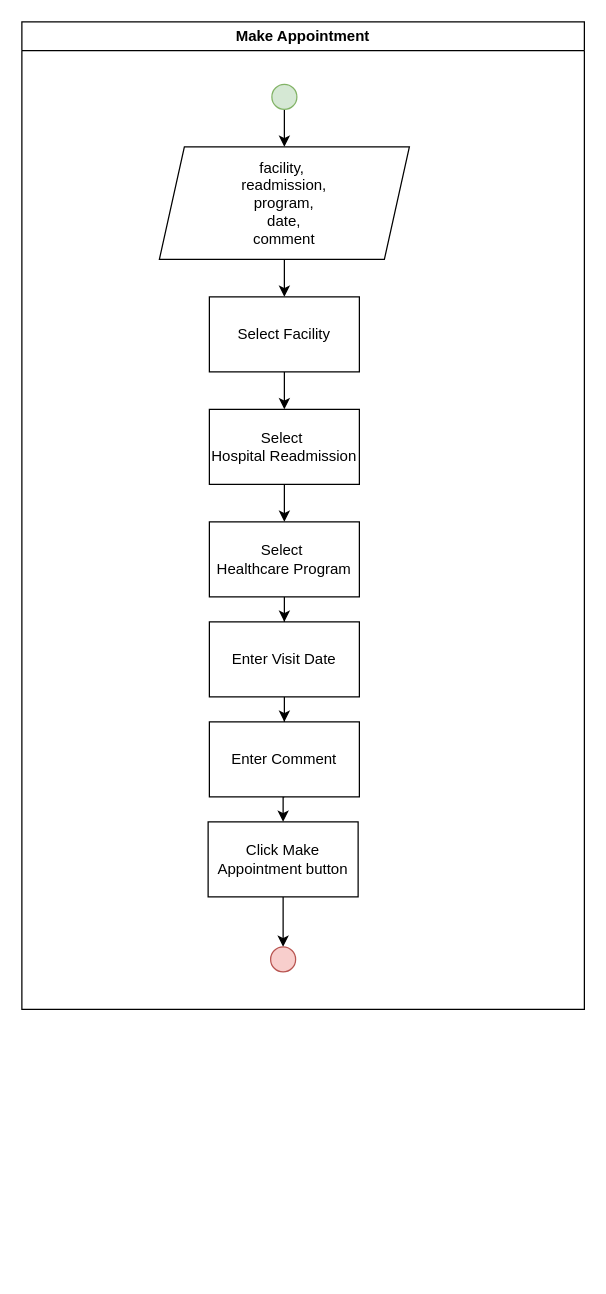
The draw.io diagram page "Make Appointment" (3 of 10) of Docs/TestMakeAppointmentPage.drawio in MinhNguyen3/RobotFrameworkTraining, before the edit. Source tidied: cells renumbered, new cells numbered last; positions are measured from the earlier drawing's top-left corner, leaving out a move shared by most shapes. Both pictures are drawn from the tidied source at 125%, with x=0, y=0 at pixel (21, 21).
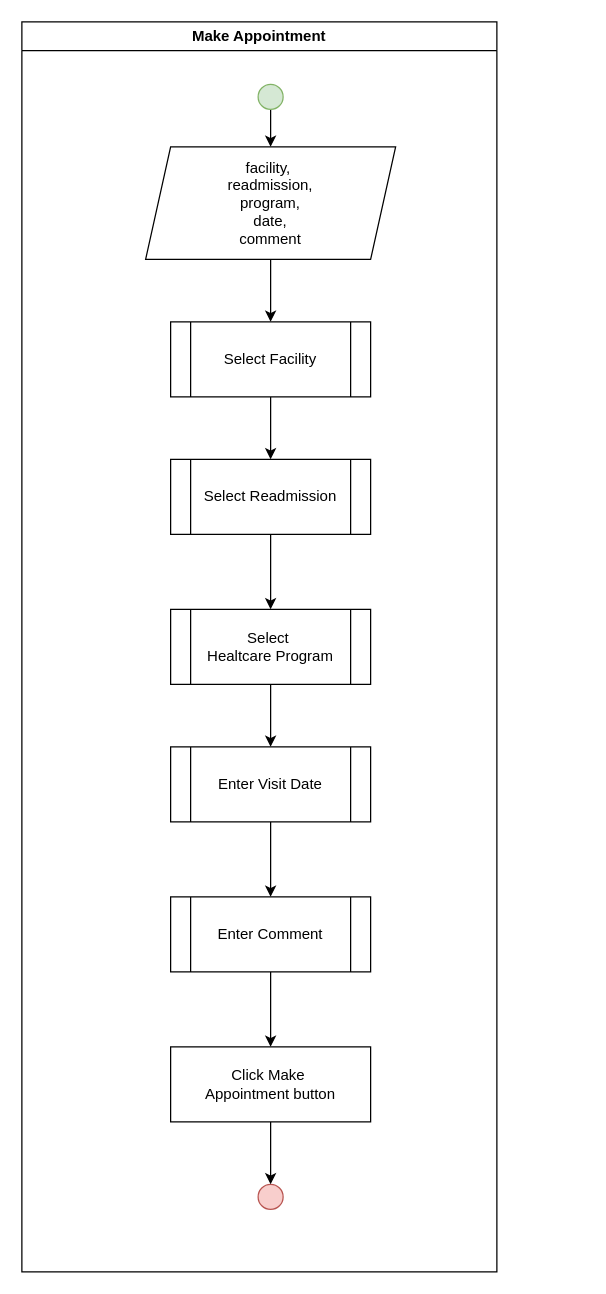
The same page after the edit.

Commit message (it also covers changes not shown here):
Rewrite Select Facility, Select Healthcare Program Redraw flowchart

Diff of the diagram source:
```diff
@@
 <mxGraphModel>
   <root>
     <mxCell id="0" />
     <mxCell id="1" parent="0" />
     <mxCell id="2" value="Make Appointment" style="swimlane;whiteSpace=wrap;html=1;" parent="1" vertex="1">
-      <mxGeometry width="450" height="790" as="geometry" />
+      <mxGeometry width="380" height="1000" as="geometry" />
     </mxCell>
     <mxCell id="3" style="edgeStyle=orthogonalEdgeStyle;rounded=0;jettySize=auto;html=1;" parent="2" edge="1" source="4" target="6">
       <mxGeometry relative="1" as="geometry" />
     </mxCell>
     <mxCell id="4" style="ellipse;whiteSpace=wrap;html=1;fillColor=#d5e8d4;strokeColor=#82b366;" parent="2" vertex="1">
-      <mxGeometry x="200" y="50" width="20" height="20" as="geometry" />
+      <mxGeometry x="189" y="50" width="20" height="20" as="geometry" />
     </mxCell>
     <mxCell id="5" style="edgeStyle=orthogonalEdgeStyle;rounded=0;jettySize=auto;html=1;" parent="2" edge="1" source="6" target="8">
       <mxGeometry relative="1" as="geometry" />
     </mxCell>
     <mxCell id="6" value="facility,&amp;nbsp;&lt;div&gt;readmission,&lt;div&gt;program,&lt;/div&gt;&lt;div&gt;date,&lt;/div&gt;&lt;div&gt;comment&lt;/div&gt;&lt;/div&gt;" style="shape=parallelogram;perimeter=parallelogramPerimeter;whiteSpace=wrap;html=1;fixedSize=1;" parent="2" vertex="1">
-      <mxGeometry x="110" y="100" width="200" height="90" as="geometry" />
+      <mxGeometry x="99" y="100" width="200" height="90" as="geometry" />
     </mxCell>
-    <mxCell id="7" style="edgeStyle=orthogonalEdgeStyle;rounded=0;jettySize=auto;html=1;" parent="2" edge="1" source="8" target="10">
-      <mxGeometry relative="1" as="geometry" />
-    </mxCell>
+    <mxCell id="19" style="ellipse;whiteSpace=wrap;html=1;fillColor=#f8cecc;strokeColor=#b85450;" parent="2" vertex="1">
+      <mxGeometry x="189" y="930" width="20" height="20" as="geometry" />
+    </mxCell>
+    <mxCell id="20" style="edgeStyle=orthogonalEdgeStyle;rounded=0;jettySize=auto;html=1;" parent="2" edge="1" source="8" target="22">
+      <mxGeometry relative="1" as="geometry" />
+    </mxCell>
-    <mxCell id="8" value="Select Facility" style="whiteSpace=wrap;html=1;" parent="2" vertex="1">
-      <mxGeometry x="150" y="220" width="120" height="60" as="geometry" />
+    <mxCell id="8" value="Select Facility" style="shape=process;whiteSpace=wrap;html=1;backgroundOutline=1;" parent="2" vertex="1">
+      <mxGeometry x="119" y="240" width="160" height="60" as="geometry" />
     </mxCell>
-    <mxCell id="9" style="edgeStyle=orthogonalEdgeStyle;rounded=0;jettySize=auto;html=1;" parent="2" edge="1" source="10" target="12">
-      <mxGeometry relative="1" as="geometry" />
-    </mxCell>
-    <mxCell id="10" value="Select&amp;nbsp;&lt;div&gt;Hospital Readmission&lt;/div&gt;" style="whiteSpace=wrap;html=1;" parent="2" vertex="1">
-      <mxGeometry x="150" y="310" width="120" height="60" as="geometry" />
-    </mxCell>
-    <mxCell id="11" style="edgeStyle=orthogonalEdgeStyle;rounded=0;jettySize=auto;html=1;" parent="2" edge="1" source="12" target="14">
-      <mxGeometry relative="1" as="geometry" />
-    </mxCell>
-    <mxCell id="12" value="Select&amp;nbsp;&lt;div&gt;Healthcare Program&lt;/div&gt;" style="whiteSpace=wrap;html=1;" parent="2" vertex="1">
-      <mxGeometry x="150" y="400" width="120" height="60" as="geometry" />
-    </mxCell>
+    <mxCell id="21" style="edgeStyle=orthogonalEdgeStyle;rounded=0;jettySize=auto;html=1;" parent="2" edge="1" source="22" target="24">
+      <mxGeometry relative="1" as="geometry" />
+    </mxCell>
+    <mxCell id="22" value="Select Readmission" style="shape=process;whiteSpace=wrap;html=1;backgroundOutline=1;" parent="2" vertex="1">
+      <mxGeometry x="119" y="350" width="160" height="60" as="geometry" />
+    </mxCell>
+    <mxCell id="23" style="edgeStyle=orthogonalEdgeStyle;rounded=0;jettySize=auto;html=1;" parent="2" edge="1" source="24" target="14">
+      <mxGeometry relative="1" as="geometry" />
+    </mxCell>
+    <mxCell id="24" value="Select&amp;nbsp;&lt;div&gt;Healtcare Program&lt;/div&gt;" style="shape=process;whiteSpace=wrap;html=1;backgroundOutline=1;" parent="2" vertex="1">
+      <mxGeometry x="119" y="470" width="160" height="60" as="geometry" />
+    </mxCell>
     <mxCell id="13" style="edgeStyle=orthogonalEdgeStyle;rounded=0;jettySize=auto;html=1;" parent="2" edge="1" source="14" target="16">
       <mxGeometry relative="1" as="geometry" />
     </mxCell>
-    <mxCell id="14" value="Enter Visit Date" style="whiteSpace=wrap;html=1;" parent="2" vertex="1">
-      <mxGeometry x="150" y="480" width="120" height="60" as="geometry" />
+    <mxCell id="14" value="Enter Visit Date" style="shape=process;whiteSpace=wrap;html=1;backgroundOutline=1;" parent="2" vertex="1">
+      <mxGeometry x="119" y="580" width="160" height="60" as="geometry" />
     </mxCell>
-    <mxCell id="15" style="edgeStyle=orthogonalEdgeStyle;rounded=0;jettySize=auto;html=1;exitX=0.5;exitY=1;exitDx=0;exitDy=0;entryX=0.5;entryY=0;entryDx=0;entryDy=0;" parent="2" edge="1" source="16" target="18">
+    <mxCell id="15" style="edgeStyle=orthogonalEdgeStyle;rounded=0;jettySize=auto;html=1;" parent="2" edge="1" source="16" target="18">
       <mxGeometry relative="1" as="geometry" />
     </mxCell>
-    <mxCell id="16" value="Enter Comment" style="whiteSpace=wrap;html=1;" parent="2" vertex="1">
-      <mxGeometry x="150" y="560" width="120" height="60" as="geometry" />
+    <mxCell id="16" value="Enter Comment" style="shape=process;whiteSpace=wrap;html=1;backgroundOutline=1;" parent="2" vertex="1">
+      <mxGeometry x="119" y="700" width="160" height="60" as="geometry" />
     </mxCell>
-    <mxCell id="17" style="edgeStyle=orthogonalEdgeStyle;rounded=0;jettySize=auto;html=1;exitX=0.5;exitY=1;exitDx=0;exitDy=0;entryX=0.5;entryY=0;entryDx=0;entryDy=0;" parent="2" edge="1" source="18" target="19">
+    <mxCell id="17" style="edgeStyle=orthogonalEdgeStyle;rounded=0;jettySize=auto;html=1;" parent="2" edge="1" source="18" target="19">
       <mxGeometry relative="1" as="geometry" />
     </mxCell>
-    <mxCell id="18" value="Click Make Appointment button" style="whiteSpace=wrap;html=1;" parent="2" vertex="1">
-      <mxGeometry x="149" y="640" width="120" height="60" as="geometry" />
+    <mxCell id="18" value="Click Make&amp;nbsp;&lt;div&gt;Appointment button&lt;/div&gt;" style="whiteSpace=wrap;html=1;" parent="2" vertex="1">
+      <mxGeometry x="119" y="820" width="160" height="60" as="geometry" />
     </mxCell>
-    <mxCell id="19" style="ellipse;whiteSpace=wrap;html=1;fillColor=#f8cecc;strokeColor=#b85450;" parent="2" vertex="1">
-      <mxGeometry x="199" y="740" width="20" height="20" as="geometry" />
-    </mxCell>
   </root>
 </mxGraphModel>
```
